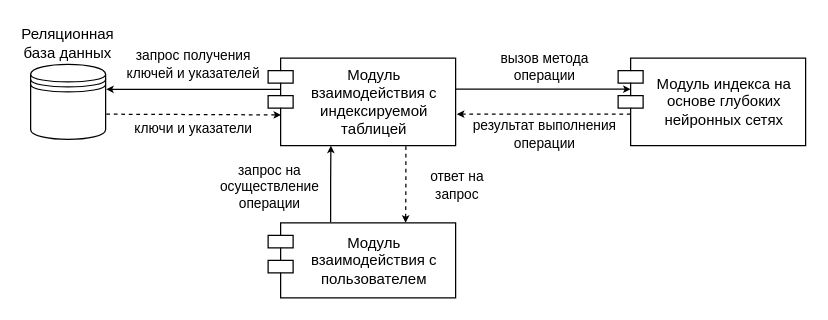
MyMiDiII/bmstu-diploma-li keeps this draw.io diagram as page "sw-struct" (5 of 5) of docs/main/img/idef0.drawio. Above is the earlier version. Source tidied: cells renumbered, new cells numbered last; positions are measured from the earlier drawing's top-left corner, leaving out a move shared by most shapes. Both pictures are drawn from the tidied source at 125%, with x=0, y=0 at pixel (30, 58).
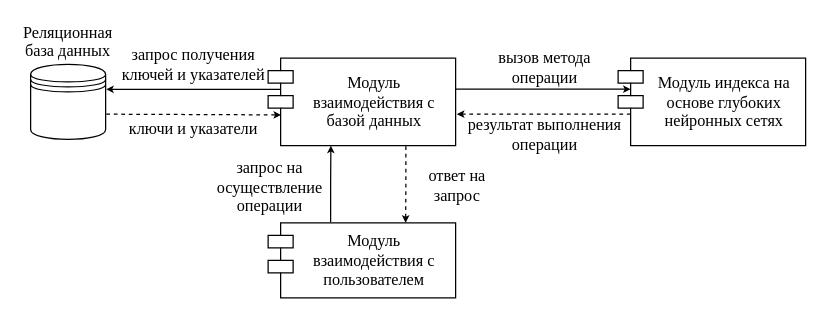
After the change.

What changed in the source:
```diff
@@
-    <mxCell id="2" style="shape=connector;rounded=0;jettySize=auto;html=1;exitX=1.009;exitY=0.664;exitDx=0;exitDy=0;labelBackgroundColor=default;strokeColor=default;fontFamily=Helvetica;fontSize=11;fontColor=default;startArrow=none;startFill=0;endArrow=classic;startSize=3;endSize=3;entryX=0.069;entryY=0.649;entryDx=0;entryDy=0;entryPerimeter=0;exitPerimeter=0;dashed=1;" parent="1" edge="1" source="4" target="10">
+    <mxCell id="2" style="shape=connector;rounded=0;jettySize=auto;html=1;exitX=1.009;exitY=0.664;exitDx=0;exitDy=0;labelBackgroundColor=default;strokeColor=default;fontFamily=Times New Roman;fontSize=13;fontColor=default;startArrow=none;startFill=0;endArrow=classic;startSize=3;endSize=3;entryX=0.069;entryY=0.649;entryDx=0;entryDy=0;entryPerimeter=0;exitPerimeter=0;dashed=1;" parent="1" edge="1" source="4" target="10">
       <mxGeometry relative="1" as="geometry" />
     </mxCell>
-    <mxCell id="3" value="ключи и указатели" style="edgeLabel;html=1;align=center;verticalAlign=middle;fontSize=11;fontFamily=Helvetica;fontColor=default;labelBackgroundColor=none;" parent="2" vertex="1">
+    <mxCell id="3" value="ключи и указатели" style="edgeLabel;html=1;align=center;verticalAlign=middle;fontSize=13;fontFamily=Times New Roman;fontColor=default;labelBackgroundColor=none;" parent="2" vertex="1">
       <mxGeometry x="-0.18" relative="1" as="geometry">
         <mxPoint x="12" y="10" as="offset" />
       </mxGeometry>
     </mxCell>
-    <mxCell id="4" value="Реляционная&lt;br&gt;база данных" style="shape=datastore;whiteSpace=wrap;html=1;fillColor=none;labelPosition=center;verticalLabelPosition=top;align=center;verticalAlign=bottom;" parent="1" vertex="1">
+    <mxCell id="4" value="Реляционная&lt;br style=&quot;font-size: 13px;&quot;&gt;база данных" style="shape=datastore;whiteSpace=wrap;html=1;fillColor=none;labelPosition=center;verticalLabelPosition=top;align=center;verticalAlign=bottom;fontFamily=Times New Roman;fontSize=13;" parent="1" vertex="1">
       <mxGeometry y="5" width="60" height="60" as="geometry" />
     </mxCell>
-    <mxCell id="5" style="edgeStyle=orthogonalEdgeStyle;shape=connector;rounded=0;orthogonalLoop=1;jettySize=auto;html=1;exitX=0.632;exitY=-0.009;exitDx=0;exitDy=0;entryX=0.833;entryY=0.971;entryDx=0;entryDy=0;labelBackgroundColor=default;strokeColor=default;fontFamily=Helvetica;fontSize=11;fontColor=default;startArrow=none;startFill=0;endArrow=classic;startSize=3;endSize=3;entryPerimeter=0;exitPerimeter=0;" parent="1" edge="1">
+    <mxCell id="5" style="edgeStyle=orthogonalEdgeStyle;shape=connector;rounded=0;orthogonalLoop=1;jettySize=auto;html=1;exitX=0.632;exitY=-0.009;exitDx=0;exitDy=0;entryX=0.833;entryY=0.971;entryDx=0;entryDy=0;labelBackgroundColor=default;strokeColor=default;fontFamily=Times New Roman;fontSize=13;fontColor=default;startArrow=none;startFill=0;endArrow=classic;startSize=3;endSize=3;entryPerimeter=0;exitPerimeter=0;" parent="1" edge="1">
       <mxGeometry relative="1" as="geometry">
         <mxPoint x="240" y="131.2" as="sourcePoint" />
         <mxPoint x="240.2" y="70" as="targetPoint" />
         <Array as="points">
           <mxPoint x="240.2" y="101.7" />
           <mxPoint x="240.2" y="101.7" />
         </Array>
       </mxGeometry>
     </mxCell>
-    <mxCell id="6" value="запрос на&lt;br&gt;осуществление&lt;br&gt;операции" style="edgeLabel;html=1;align=center;verticalAlign=middle;fontSize=11;fontFamily=Helvetica;fontColor=default;labelBackgroundColor=none;" parent="5" vertex="1">
+    <mxCell id="6" value="запрос на&lt;br style=&quot;font-size: 13px;&quot;&gt;осуществление&lt;br style=&quot;font-size: 13px;&quot;&gt;операции" style="edgeLabel;html=1;align=center;verticalAlign=middle;fontSize=13;fontFamily=Times New Roman;fontColor=default;labelBackgroundColor=none;" parent="5" vertex="1">
       <mxGeometry x="-0.35" y="1" relative="1" as="geometry">
         <mxPoint x="-49" y="-9" as="offset" />
       </mxGeometry>
     </mxCell>
-    <mxCell id="7" value="Модуль взаимодействия с пользователем" style="shape=module;align=left;spacingLeft=20;align=center;verticalAlign=middle;whiteSpace=wrap;html=1;fillColor=none;" parent="1" vertex="1">
+    <mxCell id="7" value="Модуль взаимодействия с пользователем" style="shape=module;align=left;spacingLeft=20;align=center;verticalAlign=middle;whiteSpace=wrap;html=1;fillColor=none;fontFamily=Times New Roman;fontSize=13;" parent="1" vertex="1">
       <mxGeometry x="190" y="131.7" width="150" height="60" as="geometry" />
     </mxCell>
-    <mxCell id="8" style="shape=connector;rounded=0;jettySize=auto;html=1;exitX=0.066;exitY=0.357;exitDx=0;exitDy=0;exitPerimeter=0;entryX=1.008;entryY=0.332;entryDx=0;entryDy=0;entryPerimeter=0;labelBackgroundColor=default;strokeColor=default;fontFamily=Helvetica;fontSize=11;fontColor=default;startArrow=none;startFill=0;endArrow=classic;startSize=3;endSize=3;" parent="1" edge="1" source="10" target="4">
+    <mxCell id="8" style="shape=connector;rounded=0;jettySize=auto;html=1;exitX=0.066;exitY=0.357;exitDx=0;exitDy=0;exitPerimeter=0;entryX=1.008;entryY=0.332;entryDx=0;entryDy=0;entryPerimeter=0;labelBackgroundColor=default;strokeColor=default;fontFamily=Times New Roman;fontSize=13;fontColor=default;startArrow=none;startFill=0;endArrow=classic;startSize=3;endSize=3;" parent="1" edge="1" source="10" target="4">
       <mxGeometry relative="1" as="geometry" />
     </mxCell>
-    <mxCell id="9" value="запрос получения&lt;br&gt;ключей и указателей" style="edgeLabel;html=1;align=center;verticalAlign=middle;fontSize=11;fontFamily=Helvetica;fontColor=default;labelBackgroundColor=none;" parent="8" vertex="1">
+    <mxCell id="9" value="запрос получения&lt;br style=&quot;font-size: 13px;&quot;&gt;ключей и указателей" style="edgeLabel;html=1;align=center;verticalAlign=middle;fontSize=13;fontFamily=Times New Roman;fontColor=default;labelBackgroundColor=none;" parent="8" vertex="1">
       <mxGeometry x="0.32" y="-1" relative="1" as="geometry">
         <mxPoint x="22" y="-19" as="offset" />
       </mxGeometry>
     </mxCell>
-    <mxCell id="10" value="Модуль взаимодействия с индексируемой таблицей" style="shape=module;align=left;spacingLeft=20;align=center;verticalAlign=middle;whiteSpace=wrap;html=1;fillColor=none;" parent="1" vertex="1">
+    <mxCell id="10" value="Модуль взаимодействия с базой данных" style="shape=module;align=left;spacingLeft=20;align=center;verticalAlign=middle;whiteSpace=wrap;html=1;fillColor=none;fontFamily=Times New Roman;fontSize=13;" parent="1" vertex="1">
       <mxGeometry x="190" width="150" height="70" as="geometry" />
     </mxCell>
-    <mxCell id="11" value="Модуль индекса на основе глубоких нейронных сетях" style="shape=module;align=left;spacingLeft=20;align=center;verticalAlign=middle;whiteSpace=wrap;html=1;fillColor=none;" parent="1" vertex="1">
+    <mxCell id="11" value="Модуль индекса на основе глубоких нейронных сетях" style="shape=module;align=left;spacingLeft=20;align=center;verticalAlign=middle;whiteSpace=wrap;html=1;fillColor=none;fontFamily=Times New Roman;fontSize=13;" parent="1" vertex="1">
       <mxGeometry x="470" width="150" height="70" as="geometry" />
     </mxCell>
-    <mxCell id="12" style="edgeStyle=orthogonalEdgeStyle;shape=connector;rounded=0;orthogonalLoop=1;jettySize=auto;html=1;exitX=0.632;exitY=-0.009;exitDx=0;exitDy=0;entryX=0.833;entryY=0.971;entryDx=0;entryDy=0;labelBackgroundColor=default;strokeColor=default;fontFamily=Helvetica;fontSize=11;fontColor=default;startArrow=none;startFill=0;endArrow=classic;startSize=3;endSize=3;entryPerimeter=0;exitPerimeter=0;dashed=1;" parent="1" edge="1">
+    <mxCell id="12" style="edgeStyle=orthogonalEdgeStyle;shape=connector;rounded=0;orthogonalLoop=1;jettySize=auto;html=1;exitX=0.632;exitY=-0.009;exitDx=0;exitDy=0;entryX=0.833;entryY=0.971;entryDx=0;entryDy=0;labelBackgroundColor=default;strokeColor=default;fontFamily=Times New Roman;fontSize=13;fontColor=default;startArrow=none;startFill=0;endArrow=classic;startSize=3;endSize=3;entryPerimeter=0;exitPerimeter=0;dashed=1;" parent="1" edge="1">
       <mxGeometry relative="1" as="geometry">
         <mxPoint x="300.2" y="70.5" as="sourcePoint" />
         <mxPoint x="300" y="131.7" as="targetPoint" />
         <Array as="points">
           <mxPoint x="300.2" y="102.3" />
           <mxPoint x="300.2" y="102.3" />
         </Array>
       </mxGeometry>
     </mxCell>
-    <mxCell id="13" value="ответ на&lt;br&gt;запрос" style="edgeLabel;html=1;align=center;verticalAlign=middle;fontSize=11;fontFamily=Helvetica;fontColor=default;labelBackgroundColor=none;" parent="12" vertex="1">
+    <mxCell id="13" value="ответ на&lt;br style=&quot;font-size: 13px;&quot;&gt;запрос" style="edgeLabel;html=1;align=center;verticalAlign=middle;fontSize=13;fontFamily=Times New Roman;fontColor=default;labelBackgroundColor=none;" parent="12" vertex="1">
       <mxGeometry x="-0.35" y="1" relative="1" as="geometry">
         <mxPoint x="39" y="11" as="offset" />
       </mxGeometry>
     </mxCell>
-    <mxCell id="14" style="shape=connector;rounded=0;orthogonalLoop=1;jettySize=auto;html=1;exitX=1.009;exitY=0.664;exitDx=0;exitDy=0;labelBackgroundColor=default;strokeColor=default;fontFamily=Helvetica;fontSize=11;fontColor=default;startArrow=none;startFill=0;endArrow=classic;startSize=3;endSize=3;entryX=0.069;entryY=0.649;entryDx=0;entryDy=0;entryPerimeter=0;exitPerimeter=0;dashed=1;" parent="1" edge="1">
+    <mxCell id="14" style="shape=connector;rounded=0;orthogonalLoop=1;jettySize=auto;html=1;exitX=1.009;exitY=0.664;exitDx=0;exitDy=0;labelBackgroundColor=default;strokeColor=default;fontFamily=Times New Roman;fontSize=13;fontColor=default;startArrow=none;startFill=0;endArrow=classic;startSize=3;endSize=3;entryX=0.069;entryY=0.649;entryDx=0;entryDy=0;entryPerimeter=0;exitPerimeter=0;dashed=1;" parent="1" edge="1">
       <mxGeometry relative="1" as="geometry">
         <mxPoint x="480" y="44.8" as="sourcePoint" />
         <mxPoint x="341" y="44.8" as="targetPoint" />
       </mxGeometry>
     </mxCell>
-    <mxCell id="15" value="результат выполнения&lt;br&gt;операции" style="edgeLabel;html=1;align=center;verticalAlign=middle;fontSize=11;fontFamily=Helvetica;fontColor=default;labelBackgroundColor=none;" parent="14" vertex="1">
+    <mxCell id="15" value="результат выполнения&lt;br style=&quot;font-size: 13px;&quot;&gt;операции" style="edgeLabel;html=1;align=center;verticalAlign=middle;fontSize=13;fontFamily=Times New Roman;fontColor=default;labelBackgroundColor=none;" parent="14" vertex="1">
       <mxGeometry x="-0.18" relative="1" as="geometry">
         <mxPoint x="-13" y="16" as="offset" />
       </mxGeometry>
     </mxCell>
-    <mxCell id="16" style="shape=connector;rounded=0;orthogonalLoop=1;jettySize=auto;html=1;exitX=0.066;exitY=0.357;exitDx=0;exitDy=0;exitPerimeter=0;entryX=1.008;entryY=0.332;entryDx=0;entryDy=0;entryPerimeter=0;labelBackgroundColor=default;strokeColor=default;fontFamily=Helvetica;fontSize=11;fontColor=default;startArrow=none;startFill=0;endArrow=classic;startSize=3;endSize=3;" parent="1" edge="1">
+    <mxCell id="16" style="shape=connector;rounded=0;orthogonalLoop=1;jettySize=auto;html=1;exitX=0.066;exitY=0.357;exitDx=0;exitDy=0;exitPerimeter=0;entryX=1.008;entryY=0.332;entryDx=0;entryDy=0;entryPerimeter=0;labelBackgroundColor=default;strokeColor=default;fontFamily=Times New Roman;fontSize=13;fontColor=default;startArrow=none;startFill=0;endArrow=classic;startSize=3;endSize=3;" parent="1" edge="1">
       <mxGeometry relative="1" as="geometry">
         <mxPoint x="340" y="24.8" as="sourcePoint" />
         <mxPoint x="480" y="24.8" as="targetPoint" />
       </mxGeometry>
     </mxCell>
-    <mxCell id="17" value="вызов метода&lt;br&gt;операции" style="edgeLabel;html=1;align=center;verticalAlign=middle;fontSize=11;fontFamily=Helvetica;fontColor=default;labelBackgroundColor=none;" parent="16" vertex="1">
+    <mxCell id="17" value="вызов метода&lt;br style=&quot;font-size: 13px;&quot;&gt;операции" style="edgeLabel;html=1;align=center;verticalAlign=middle;fontSize=13;fontFamily=Times New Roman;fontColor=default;labelBackgroundColor=none;" parent="16" vertex="1">
       <mxGeometry x="0.32" y="-1" relative="1" as="geometry">
         <mxPoint x="-22" y="-19" as="offset" />
       </mxGeometry>
     </mxCell>
```
